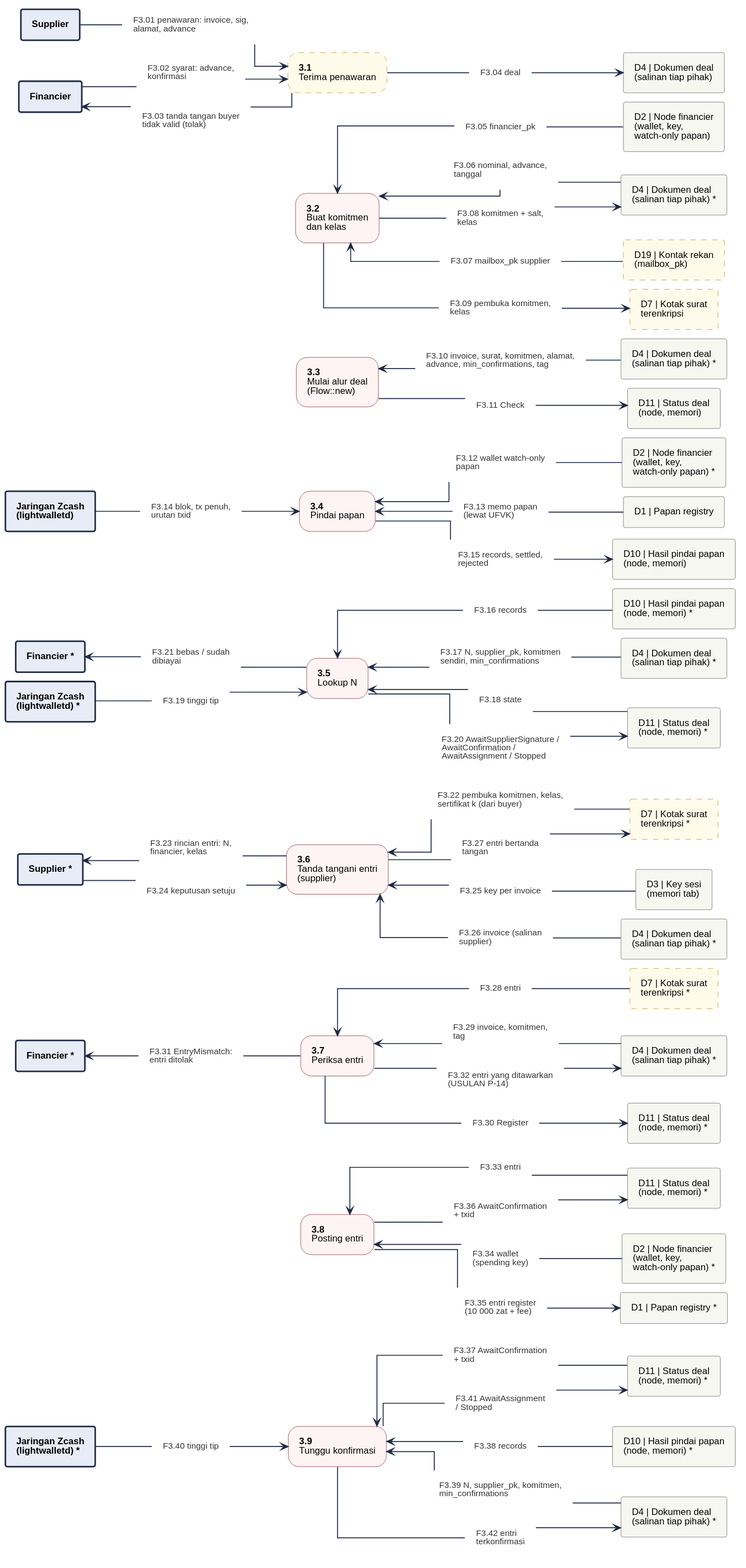
Above: 08-FlowDiagrams/assets/dfd-2-3.svg in JitsuinFi/jitsuinfi-vault (PlantUML), before the change.
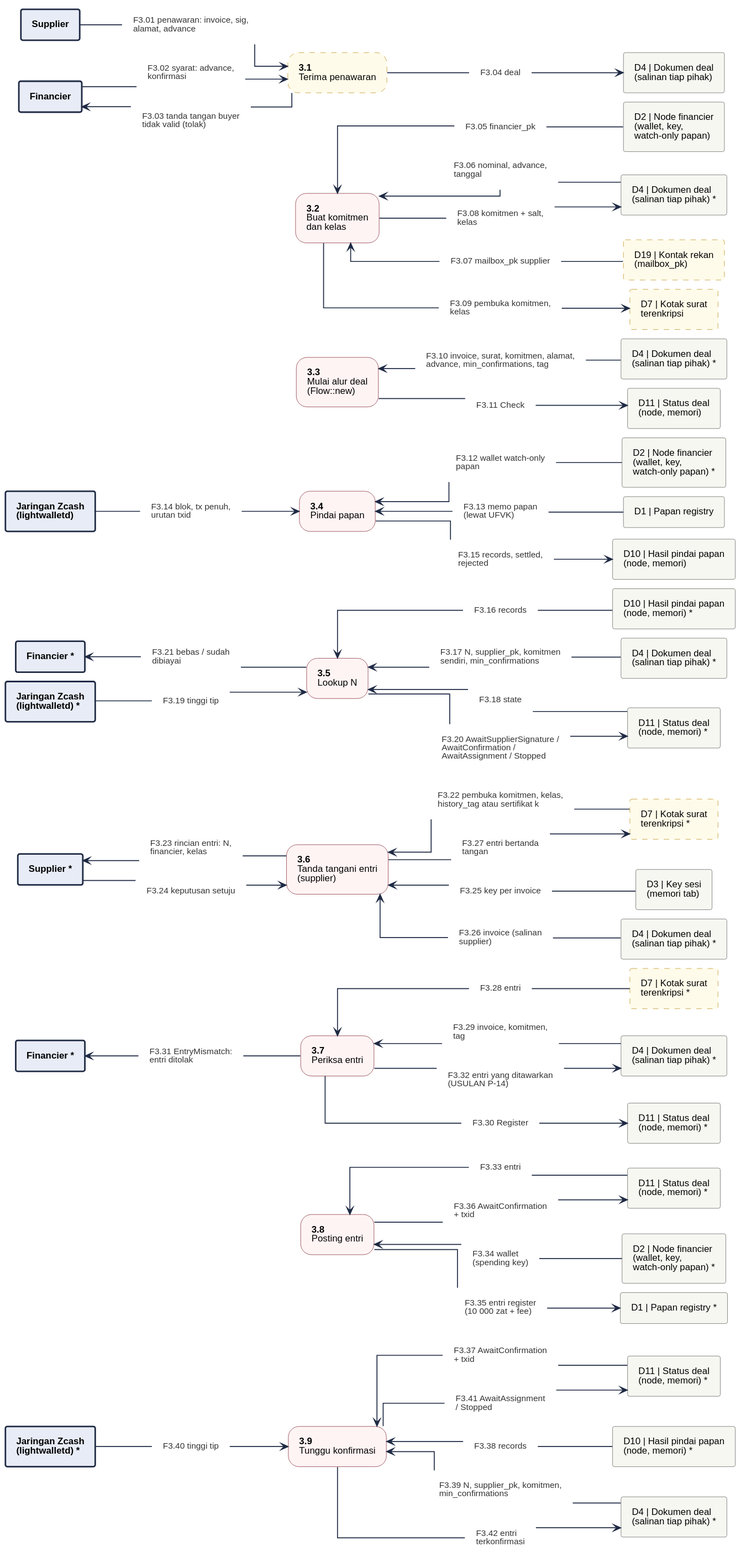
Later version of the same file.

What changed in the source:
```diff
@@ -66,7 +66,7 @@
 rectangle "F3.19 tinggi tip" <<flow>> as f_F3_19
 rectangle "F3.20 AwaitSupplierSignature /\nAwaitConfirmation /\nAwaitAssignment / Stopped" <<flow>> as f_F3_20
 rectangle "F3.21 bebas / sudah\ndibiayai" <<flow>> as f_F3_21
-rectangle "F3.22 pembuka komitmen, kelas,\nsertifikat k (dari buyer)" <<flow>> as f_F3_22
+rectangle "F3.22 pembuka komitmen, kelas,\nhistory_tag atau sertifikat k" <<flow>> as f_F3_22
 rectangle "F3.23 rincian entri: N,\nfinancier, kelas" <<flow>> as f_F3_23
 rectangle "F3.24 keputusan setuju" <<flow>> as f_F3_24
 rectangle "F3.25 key per invoice" <<flow>> as f_F3_25
```
